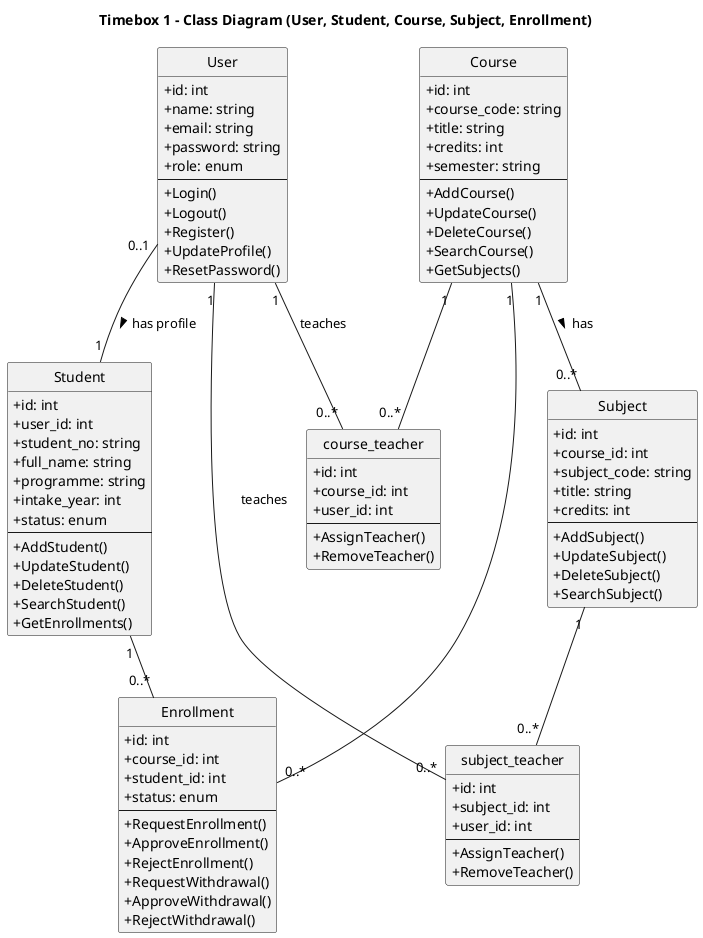
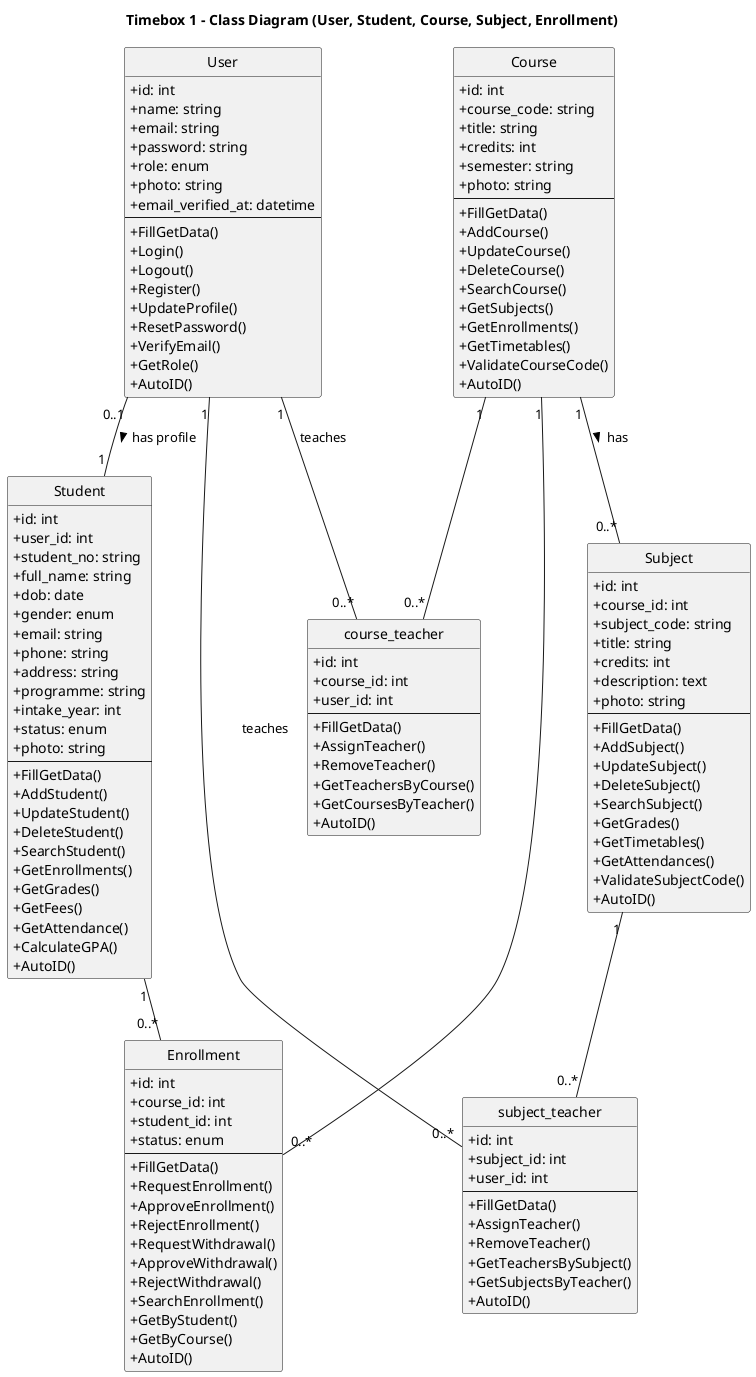
@startuml
hide circle
skinparam classAttributeIconSize 0
title Timebox 1 - Class Diagram (User, Student, Course, Subject, Enrollment)

class User {
  +id: int
  +name: string
  +email: string
  +password: string
  +role: enum
+   +photo: string
+   +email_verified_at: datetime
  --
+   +FillGetData()
  +Login()
  +Logout()
  +Register()
  +UpdateProfile()
  +ResetPassword()
+   +VerifyEmail()
+   +GetRole()
+   +AutoID()
}

class Student {
  +id: int
  +user_id: int
  +student_no: string
  +full_name: string
+   +dob: date
+   +gender: enum
+   +email: string
+   +phone: string
+   +address: string
  +programme: string
  +intake_year: int
  +status: enum
+   +photo: string
  --
+   +FillGetData()
  +AddStudent()
  +UpdateStudent()
  +DeleteStudent()
  +SearchStudent()
  +GetEnrollments()
+   +GetGrades()
+   +GetFees()
+   +GetAttendance()
+   +CalculateGPA()
+   +AutoID()
}

class Course {
  +id: int
  +course_code: string
  +title: string
  +credits: int
  +semester: string
+   +photo: string
  --
+   +FillGetData()
  +AddCourse()
  +UpdateCourse()
  +DeleteCourse()
  +SearchCourse()
  +GetSubjects()
+   +GetEnrollments()
+   +GetTimetables()
+   +ValidateCourseCode()
+   +AutoID()
}

class Subject {
  +id: int
  +course_id: int
  +subject_code: string
  +title: string
  +credits: int
+   +description: text
+   +photo: string
  --
+   +FillGetData()
  +AddSubject()
  +UpdateSubject()
  +DeleteSubject()
  +SearchSubject()
+   +GetGrades()
+   +GetTimetables()
+   +GetAttendances()
+   +ValidateSubjectCode()
+   +AutoID()
}

class Enrollment {
  +id: int
  +course_id: int
  +student_id: int
  +status: enum
  --
+   +FillGetData()
  +RequestEnrollment()
  +ApproveEnrollment()
  +RejectEnrollment()
  +RequestWithdrawal()
  +ApproveWithdrawal()
  +RejectWithdrawal()
+   +SearchEnrollment()
+   +GetByStudent()
+   +GetByCourse()
+   +AutoID()
}

class course_teacher {
  +id: int
  +course_id: int
  +user_id: int
  --
+   +FillGetData()
  +AssignTeacher()
  +RemoveTeacher()
+   +GetTeachersByCourse()
+   +GetCoursesByTeacher()
+   +AutoID()
}

class subject_teacher {
  +id: int
  +subject_id: int
  +user_id: int
  --
+   +FillGetData()
  +AssignTeacher()
  +RemoveTeacher()
+   +GetTeachersBySubject()
+   +GetSubjectsByTeacher()
+   +AutoID()
}

' Relationships

' One User may or may not be a Student (0 or 1),
' but each Student must have exactly one User.
User "0..1" -- "1" Student : has profile >

' One Course has many Subjects, each Subject belongs to one Course.
Course "1" -- "0..*" Subject : has >

' One Course has many Enrollments, each Enrollment belongs to one Course.
Course "1" -- "0..*" Enrollment

' One Student has many Enrollments, each Enrollment belongs to one Student.
Student "1" -- "0..*" Enrollment

' Many-to-many Course–Teacher via course_teacher pivot.
Course "1" -- "0..*" course_teacher
User  "1"  -- "0..*" course_teacher : teaches

' Many-to-many Subject–Teacher via subject_teacher pivot.
Subject "1" -- "0..*" subject_teacher
User    "1" -- "0..*" subject_teacher : teaches

@enduml